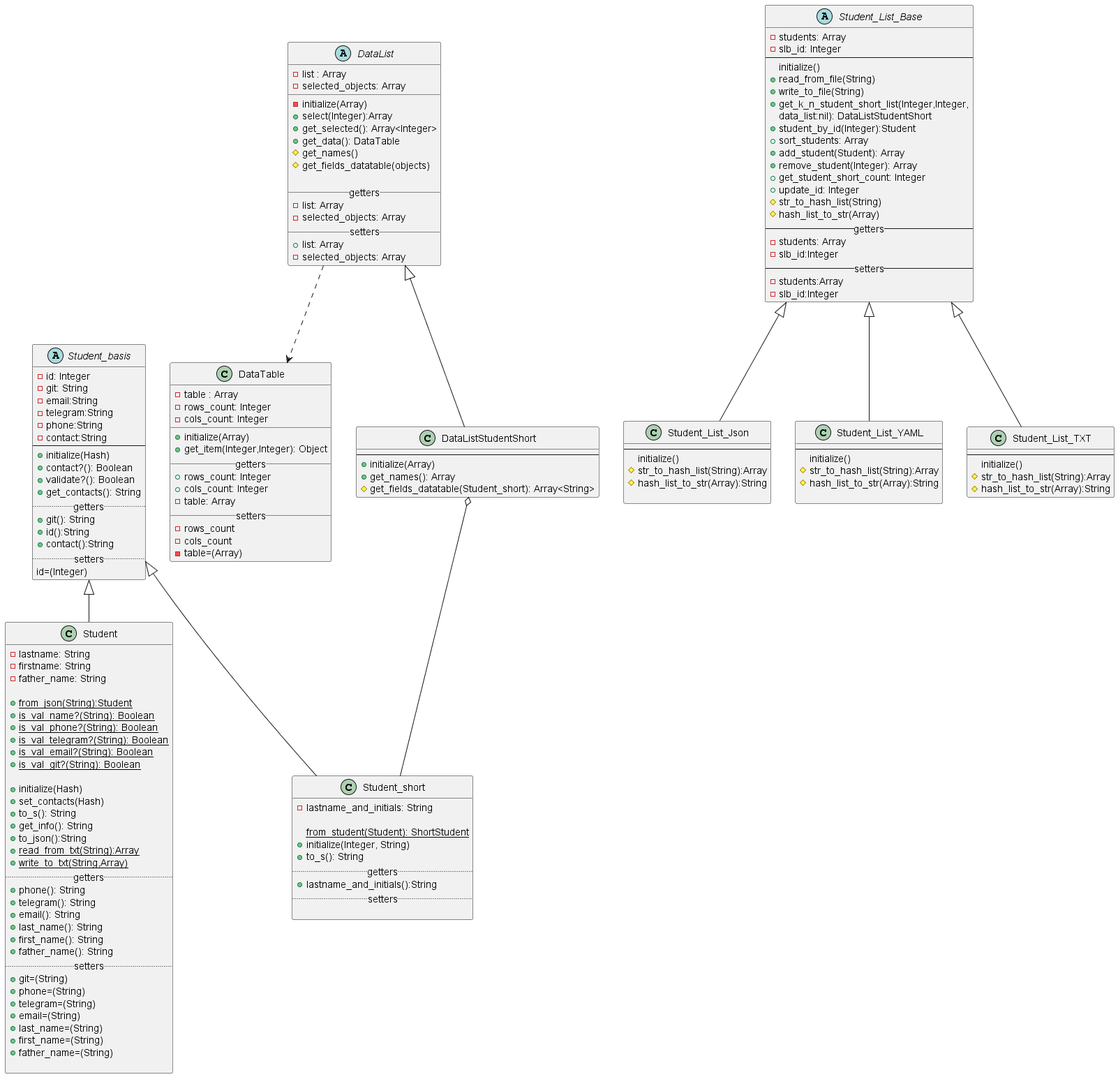
Earlier version of the PlantUML export lab2/student_diagrams.png (ColdEiler/pattern).
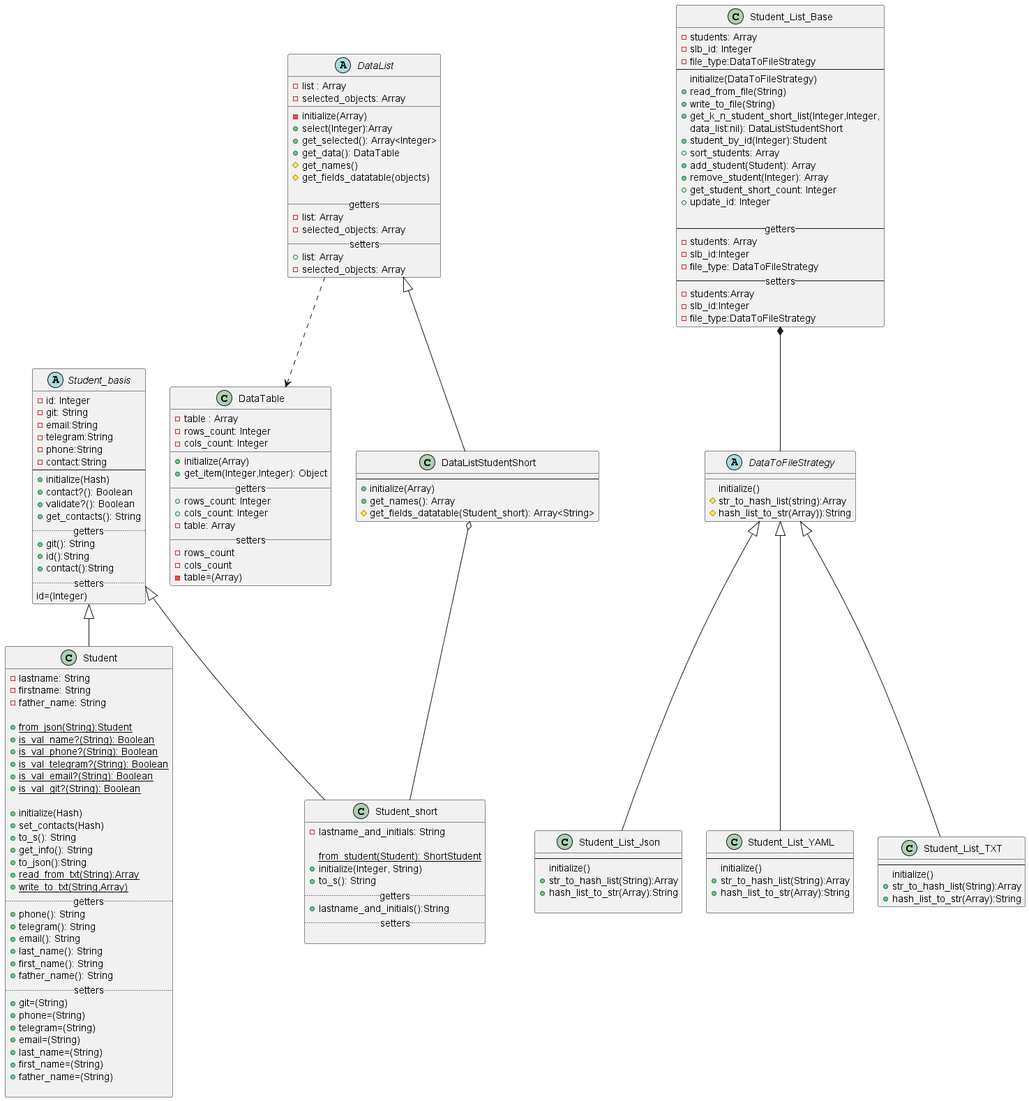
The same file after the commit.

Commit message:
Схему добавил

Change to the diagram source:
```diff
@@ -114,11 +114,12 @@
 DataList ..> DataTable
 DataListStudentShort o-- Student_short
 
-abstract class Student_List_Base{
+class Student_List_Base{
     -students: Array
     -slb_id: Integer
+    -file_type:DataToFileStrategy
 --
-    initialize()
+    initialize(DataToFileStrategy)
     +read_from_file(String)
     +write_to_file(String)
     +get_k_n_student_short_list(Integer,Integer,
@@ -129,37 +130,44 @@
     +remove_student(Integer): Array
     +get_student_short_count: Integer
     +update_id: Integer
-    #str_to_hash_list(String)
-    #hash_list_to_str(Array)
+
 --  getters --
     -students: Array
     -slb_id:Integer
+    -file_type: DataToFileStrategy
 --  setters --
     -students:Array
     -slb_id:Integer
+    -file_type:DataToFileStrategy
 }
 
-class Student_List_Json extends Student_List_Base{
+abstract class DataToFileStrategy{
+    initialize()
+    #str_to_hash_list(string):Array
+    #hash_list_to_str(Array)):String
+}
+
+class Student_List_Json extends DataToFileStrategy{
     --
     initialize()
-    #str_to_hash_list(String):Array
-    #hash_list_to_str(Array):String
+    +str_to_hash_list(String):Array
+    +hash_list_to_str(Array):String
 
 }
 
-class Student_List_YAML extends Student_List_Base{
+class Student_List_YAML extends DataToFileStrategy{
     --
     initialize()
-    #str_to_hash_list(String):Array
-    #hash_list_to_str(Array):String
+    +str_to_hash_list(String):Array
+    +hash_list_to_str(Array):String
 
 }
 
-class Student_List_TXT extends Student_List_Base{
+class Student_List_TXT extends DataToFileStrategy{
     --
     initialize()
-    #str_to_hash_list(String):Array
-    #hash_list_to_str(Array):String
+    +str_to_hash_list(String):Array
+    +hash_list_to_str(Array):String
 }
-
+Student_List_Base *-- DataToFileStrategy
 @enduml
```
